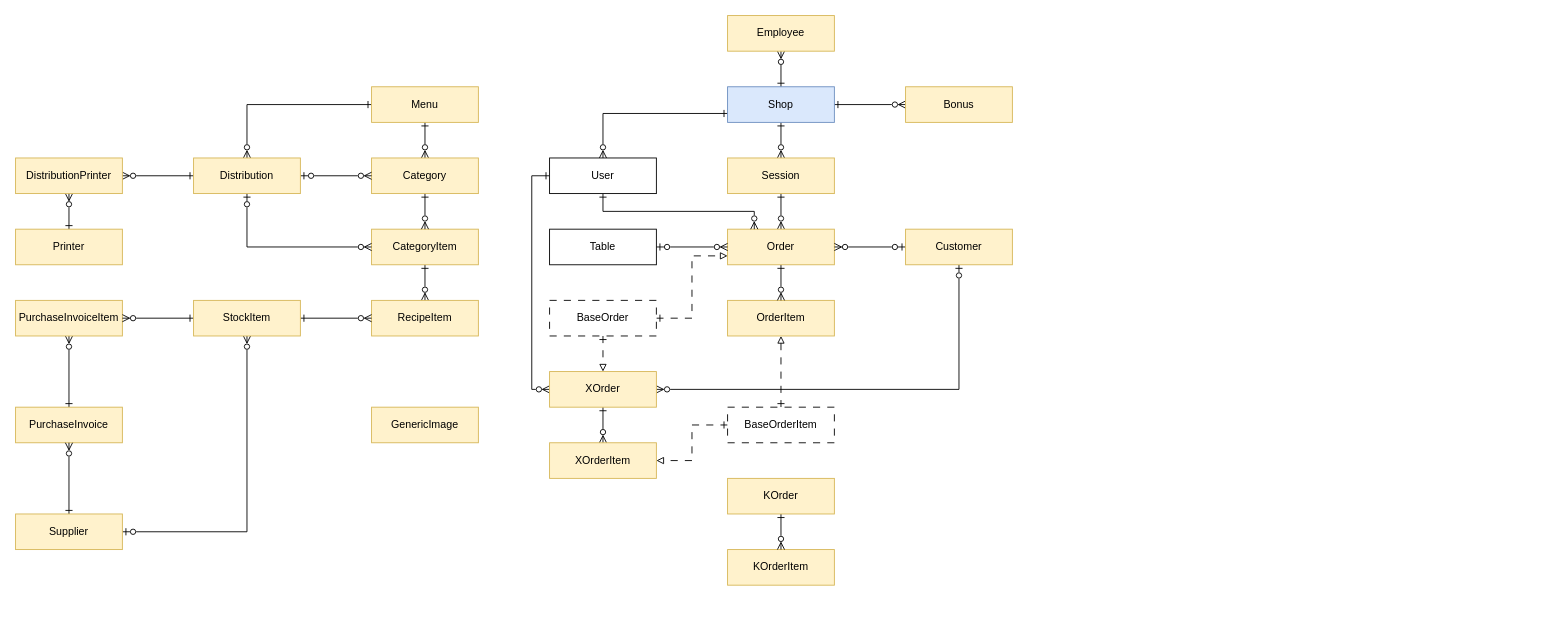
Earlier version of the draw.io diagram Diagrams & Documents/POS 2026 Object Diagram.drawio (servetvural/POS_2026). Source tidied: cells renumbered, new cells numbered last; positions are measured from the earlier drawing's top-left corner, leaving out a move shared by most shapes. Both pictures are drawn from the tidied source at 89%, with x=0, y=0 at pixel (15, 15).
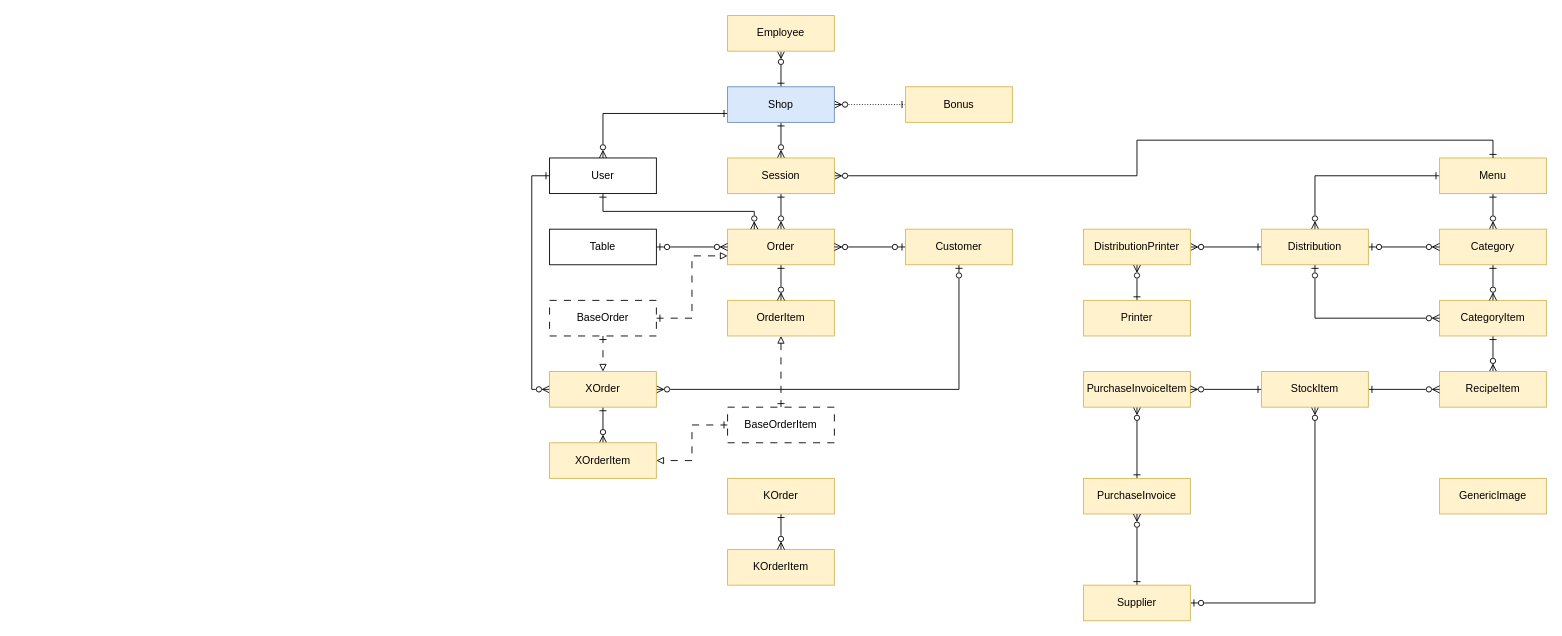
The same page after the edit.

The change refers to these unchanged cells:
```xml
<mxCell id="6" value="Shop" style="rounded=0;whiteSpace=wrap;html=1;fillColor=#dae8fc;strokeColor=#6c8ebf;" parent="1" vertex="1">
  <mxGeometry x="800" y="80" width="120" height="40" as="geometry" />
</mxCell>
<mxCell id="14" value="Session" style="rounded=0;whiteSpace=wrap;html=1;fillColor=#fff2cc;strokeColor=#d6b656;" parent="1" vertex="1">
  <mxGeometry x="800" y="160" width="120" height="40" as="geometry" />
</mxCell>
<mxCell id="19" value="Bonus" style="rounded=0;whiteSpace=wrap;html=1;fillColor=#fff2cc;strokeColor=#d6b656;" parent="1" vertex="1">
  <mxGeometry x="1000" y="80" width="120" height="40" as="geometry" />
</mxCell>
```

The edit, as a diff of the source:
```diff
@@
-    <mxCell id="3" style="edgeStyle=orthogonalEdgeStyle;shape=connector;rounded=0;jettySize=auto;html=1;exitX=1;exitY=0.5;exitDx=0;exitDy=0;entryX=0;entryY=0.5;entryDx=0;entryDy=0;strokeColor=default;align=center;verticalAlign=middle;fontFamily=Helvetica;fontSize=11;fontColor=default;labelBackgroundColor=default;startArrow=ERone;startFill=0;endArrow=ERzeroToMany;endFill=0;" parent="1" edge="1" source="6" target="19">
+    <mxCell id="3" style="edgeStyle=orthogonalEdgeStyle;shape=connector;rounded=0;jettySize=auto;html=1;exitX=0;exitY=0.5;exitDx=0;exitDy=0;entryX=1;entryY=0.5;entryDx=0;entryDy=0;strokeColor=default;align=center;verticalAlign=middle;fontFamily=Helvetica;fontSize=11;fontColor=default;labelBackgroundColor=default;startArrow=ERone;startFill=0;endArrow=ERzeroToMany;endFill=0;dashed=1;dashPattern=1 2;" parent="1" edge="1" source="19" target="6">
       <mxGeometry relative="1" as="geometry" />
     </mxCell>
@@
     <mxCell id="9" value="CategoryItem" style="rounded=0;whiteSpace=wrap;html=1;fillColor=#fff2cc;strokeColor=#d6b656;" parent="1" vertex="1">
-      <mxGeometry x="400" y="240" width="120" height="40" as="geometry" />
+      <mxGeometry x="1600" y="320" width="120" height="40" as="geometry" />
     </mxCell>
@@
     <mxCell id="12" value="Menu" style="rounded=0;whiteSpace=wrap;html=1;fillColor=#fff2cc;strokeColor=#d6b656;" parent="1" vertex="1">
-      <mxGeometry x="400" y="80" width="120" height="40" as="geometry" />
+      <mxGeometry x="1600" y="160" width="120" height="40" as="geometry" />
     </mxCell>
@@
+    <mxCell id="59" style="edgeStyle=orthogonalEdgeStyle;rounded=0;jettySize=auto;html=1;entryX=0.5;entryY=0;entryDx=0;entryDy=0;startArrow=ERzeroToMany;startFill=0;endArrow=ERone;endFill=0;" parent="1" edge="1" source="14" target="12">
+      <mxGeometry relative="1" as="geometry" />
+    </mxCell>
@@
     <mxCell id="18" value="Category" style="rounded=0;whiteSpace=wrap;html=1;fillColor=#fff2cc;strokeColor=#d6b656;" parent="1" vertex="1">
-      <mxGeometry x="400" y="160" width="120" height="40" as="geometry" />
+      <mxGeometry x="1600" y="240" width="120" height="40" as="geometry" />
     </mxCell>
@@
     <mxCell id="23" value="Distribution" style="rounded=0;whiteSpace=wrap;html=1;fillColor=#fff2cc;strokeColor=#d6b656;" parent="1" vertex="1">
-      <mxGeometry x="200" y="160" width="120" height="40" as="geometry" />
+      <mxGeometry x="1400" y="240" width="120" height="40" as="geometry" />
     </mxCell>
@@
     <mxCell id="27" value="GenericImage" style="rounded=0;whiteSpace=wrap;html=1;fillColor=#fff2cc;strokeColor=#d6b656;" parent="1" vertex="1">
-      <mxGeometry x="400" y="440" width="120" height="40" as="geometry" />
+      <mxGeometry x="1600" y="520" width="120" height="40" as="geometry" />
     </mxCell>
@@
     <mxCell id="33" value="Printer" style="rounded=0;whiteSpace=wrap;html=1;fillColor=#fff2cc;strokeColor=#d6b656;" parent="1" vertex="1">
-      <mxGeometry y="240" width="120" height="40" as="geometry" />
+      <mxGeometry x="1200" y="320" width="120" height="40" as="geometry" />
     </mxCell>
     <mxCell id="34" value="DistributionPrinter" style="rounded=0;whiteSpace=wrap;html=1;fillColor=#fff2cc;strokeColor=#d6b656;" parent="1" vertex="1">
-      <mxGeometry y="160" width="120" height="40" as="geometry" />
+      <mxGeometry x="1200" y="240" width="120" height="40" as="geometry" />
     </mxCell>
     <mxCell id="35" value="RecipeItem" style="rounded=0;whiteSpace=wrap;html=1;fillColor=#fff2cc;strokeColor=#d6b656;" parent="1" vertex="1">
-      <mxGeometry x="400" y="320" width="120" height="40" as="geometry" />
+      <mxGeometry x="1600" y="400" width="120" height="40" as="geometry" />
     </mxCell>
@@
     <mxCell id="42" value="PurchaseInvoice" style="rounded=0;whiteSpace=wrap;html=1;fillColor=#fff2cc;strokeColor=#d6b656;" parent="1" vertex="1">
-      <mxGeometry y="440" width="120" height="40" as="geometry" />
+      <mxGeometry x="1200" y="520" width="120" height="40" as="geometry" />
     </mxCell>
@@
     <mxCell id="48" value="Supplier" style="rounded=0;whiteSpace=wrap;html=1;fillColor=#fff2cc;strokeColor=#d6b656;" parent="1" vertex="1">
-      <mxGeometry y="560" width="120" height="40" as="geometry" />
+      <mxGeometry x="1200" y="640" width="120" height="40" as="geometry" />
     </mxCell>
     <mxCell id="49" value="PurchaseInvoiceItem" style="rounded=0;whiteSpace=wrap;html=1;fillColor=#fff2cc;strokeColor=#d6b656;" parent="1" vertex="1">
-      <mxGeometry y="320" width="120" height="40" as="geometry" />
+      <mxGeometry x="1200" y="400" width="120" height="40" as="geometry" />
     </mxCell>
@@
     <mxCell id="52" value="StockItem" style="rounded=0;whiteSpace=wrap;html=1;fillColor=#fff2cc;strokeColor=#d6b656;" parent="1" vertex="1">
-      <mxGeometry x="200" y="320" width="120" height="40" as="geometry" />
+      <mxGeometry x="1400" y="400" width="120" height="40" as="geometry" />
     </mxCell>
```
